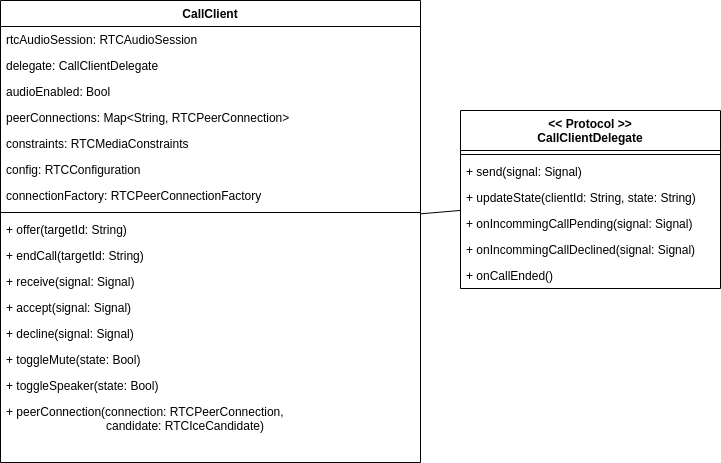
Before: src/graphics/diagramms/Class_Mobile_Client_Signal_Processing.png, a diagram exported from draw.io (jsvilling/IP6_Bachelorarbeit_Bericht_Cloudbasiertes_Praxisrufsystem). Source tidied: cells renumbered, new cells last; positions are measured from the earlier drawing's top-left corner, leaving out a move shared by most shapes.
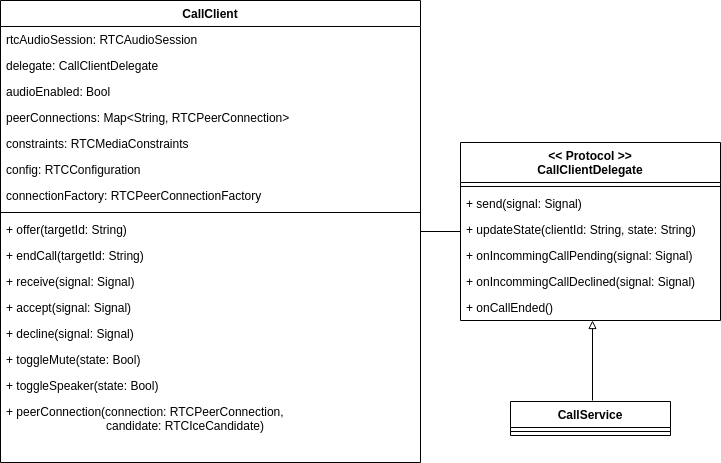
After the commit.

Commit message:
Fix class CallClient

Change to the diagram source:
```diff
@@ -57,7 +57,7 @@
       <mxGeometry y="436" width="420" height="26" as="geometry" />
     </mxCell>
     <mxCell id="20" value="&lt;&lt; Protocol &gt;&gt;&#10;CallClientDelegate" style="swimlane;fontStyle=1;align=center;verticalAlign=top;horizontal=1;startSize=40;" parent="1" vertex="1">
-      <mxGeometry x="460" y="110" width="260" height="178" as="geometry" />
+      <mxGeometry x="460" y="142" width="260" height="178" as="geometry" />
     </mxCell>
     <mxCell id="21" style="line;strokeWidth=1;fillColor=none;align=left;verticalAlign=middle;spacingTop=-1;spacingLeft=3;spacingRight=3;labelPosition=right;" parent="20" vertex="1">
       <mxGeometry y="40" width="260" height="8" as="geometry" />
@@ -80,5 +80,17 @@
     <mxCell id="27" style="endArrow=none;html=1;rounded=0;" parent="1" edge="1" source="2" target="20">
       <mxGeometry relative="1" as="geometry" />
     </mxCell>
+    <mxCell id="28" value="CallService" style="swimlane;fontStyle=1;align=center;verticalAlign=top;horizontal=1;startSize=26;" parent="1" vertex="1">
+      <mxGeometry x="510" y="401" width="160" height="34" as="geometry" />
+    </mxCell>
+    <mxCell id="29" style="line;strokeWidth=1;fillColor=none;align=left;verticalAlign=middle;spacingTop=-1;spacingLeft=3;spacingRight=3;labelPosition=right;" parent="28" vertex="1">
+      <mxGeometry y="26" width="160" height="8" as="geometry" />
+    </mxCell>
+    <mxCell id="30" style="endArrow=block;html=1;rounded=0;entryX=0.5;entryY=1.038;entryDx=0;entryDy=0;entryPerimeter=0;exitX=0.5;exitY=0;exitDx=0;exitDy=0;endFill=0;" parent="1" edge="1">
+      <mxGeometry relative="1" as="geometry">
+        <mxPoint x="592" y="400" as="sourcePoint" />
+        <mxPoint x="592" y="320" as="targetPoint" />
+      </mxGeometry>
+    </mxCell>
   </root>
 </mxGraphModel>
```
